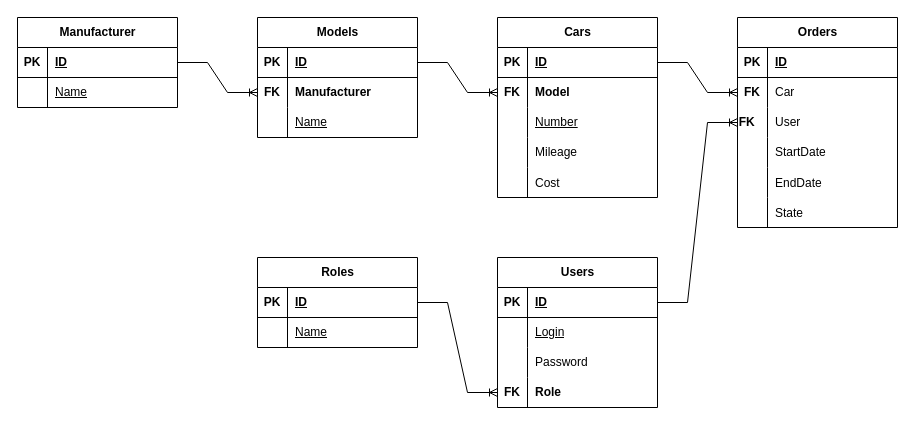
Before: attachments/ER Diagram.drawio in G82ft/edu-pract-24, a draw.io diagram. Source tidied: cells renumbered, new cells numbered last; positions are measured from the earlier drawing's top-left corner, leaving out a move shared by most shapes. Both pictures are drawn from the tidied source at 100%, with x=0, y=0 at pixel (17, 17).
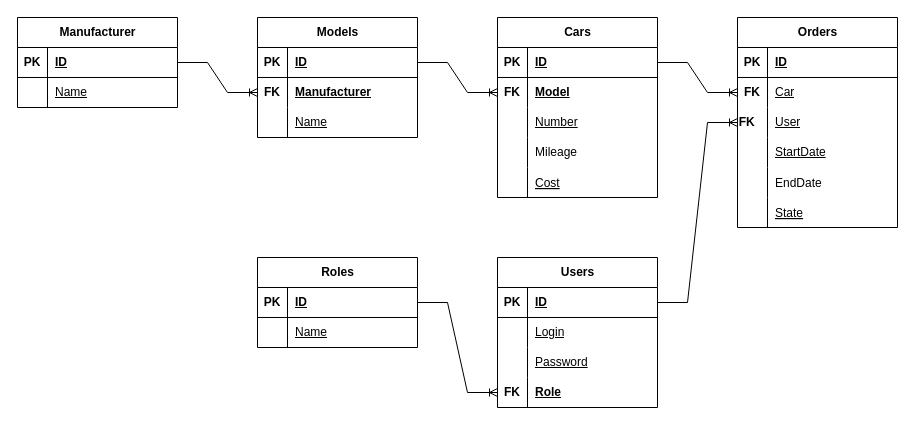
The same page after the edit.

Unchanged cells that the change refers to:
```xml
<mxCell id="6" style="shape=tableRow;horizontal=0;startSize=0;swimlaneHead=0;swimlaneBody=0;fillColor=none;points=[[0,0.5],[1,0.5]];portConstraint=eastwest;top=0;left=0;right=0;bottom=0;" parent="2" vertex="1">
  <mxGeometry y="60" width="160" height="30" as="geometry" />
</mxCell>
<mxCell id="12" style="shape=tableRow;horizontal=0;startSize=0;swimlaneHead=0;swimlaneBody=0;fillColor=none;top=0;left=0;right=0;bottom=0;" parent="2" vertex="1">
  <mxGeometry y="120" width="160" height="30" as="geometry" />
</mxCell>
<mxCell id="15" style="shape=tableRow;horizontal=0;startSize=0;swimlaneHead=0;swimlaneBody=0;fillColor=none;top=0;left=0;right=0;bottom=0;" parent="2" vertex="1">
  <mxGeometry y="150" width="160" height="30" as="geometry" />
</mxCell>
<mxCell id="22" style="shape=tableRow;horizontal=0;startSize=0;swimlaneHead=0;swimlaneBody=0;fillColor=none;points=[[0,0.5],[1,0.5]];portConstraint=eastwest;top=0;left=0;right=0;bottom=0;" parent="18" vertex="1">
  <mxGeometry y="60" width="160" height="30" as="geometry" />
</mxCell>
<mxCell id="42" style="shape=tableRow;horizontal=0;startSize=0;swimlaneHead=0;swimlaneBody=0;fillColor=none;top=0;left=0;right=0;bottom=0;" parent="35" vertex="1">
  <mxGeometry y="90" width="160" height="30" as="geometry" />
</mxCell>
<mxCell id="45" style="shape=tableRow;horizontal=0;startSize=0;swimlaneHead=0;swimlaneBody=0;fillColor=none;points=[[0,0.5],[1,0.5]];portConstraint=eastwest;top=0;left=0;right=0;bottom=0;" parent="35" vertex="1">
  <mxGeometry y="120" width="160" height="30" as="geometry" />
</mxCell>
<mxCell id="59" style="shape=tableRow;horizontal=0;startSize=0;swimlaneHead=0;swimlaneBody=0;fillColor=none;points=[[0,0.5],[1,0.5]];portConstraint=eastwest;top=0;left=0;right=0;bottom=0;" parent="55" vertex="1">
  <mxGeometry y="60" width="160" height="30" as="geometry" />
</mxCell>
<mxCell id="62" style="shape=tableRow;horizontal=0;startSize=0;swimlaneHead=0;swimlaneBody=0;fillColor=none;points=[[0,0.5],[1,0.5]];portConstraint=eastwest;top=0;left=0;right=0;bottom=0;" parent="55" vertex="1">
  <mxGeometry y="90" width="160" height="30" as="geometry" />
</mxCell>
<mxCell id="65" style="shape=tableRow;horizontal=0;startSize=0;swimlaneHead=0;swimlaneBody=0;fillColor=none;top=0;left=0;right=0;bottom=0;" parent="55" vertex="1">
  <mxGeometry y="120" width="160" height="30" as="geometry" />
</mxCell>
<mxCell id="71" style="shape=tableRow;horizontal=0;startSize=0;swimlaneHead=0;swimlaneBody=0;fillColor=none;top=0;left=0;right=0;bottom=0;" parent="55" vertex="1">
  <mxGeometry y="180" width="160" height="30" as="geometry" />
</mxCell>
```

The edit, as a diff of the source:
```diff
@@
-    <mxCell id="8" value="Model" style="shape=partialRectangle;fillColor=none;top=0;left=0;bottom=0;right=0;align=left;spacingLeft=6;overflow=hidden;whiteSpace=wrap;html=1;fontStyle=1;" parent="6" vertex="1">
+    <mxCell id="8" value="Model" style="shape=partialRectangle;fillColor=none;top=0;left=0;bottom=0;right=0;align=left;spacingLeft=6;overflow=hidden;whiteSpace=wrap;html=1;fontStyle=5;" parent="6" vertex="1">
       <mxGeometry x="30" width="130" height="30" as="geometry" />
     </mxCell>
@@
-    <mxCell id="14" value="Mileage" style="shape=partialRectangle;fillColor=none;top=0;left=0;bottom=0;right=0;align=left;spacingLeft=6;overflow=hidden;whiteSpace=wrap;html=1;" parent="12" vertex="1">
+    <mxCell id="14" value="Mileage" style="shape=partialRectangle;fillColor=none;top=0;left=0;bottom=0;right=0;align=left;spacingLeft=6;overflow=hidden;whiteSpace=wrap;html=1;fontStyle=0;" parent="12" vertex="1">
       <mxGeometry x="30" width="130" height="30" as="geometry" />
     </mxCell>
@@
-    <mxCell id="17" value="Cost" style="shape=partialRectangle;fillColor=none;top=0;left=0;bottom=0;right=0;align=left;spacingLeft=6;overflow=hidden;" parent="15" vertex="1">
+    <mxCell id="17" value="Cost" style="shape=partialRectangle;fillColor=none;top=0;left=0;bottom=0;right=0;align=left;spacingLeft=6;overflow=hidden;fontStyle=4;" parent="15" vertex="1">
       <mxGeometry x="30" width="130" height="30" as="geometry" />
     </mxCell>
@@
-    <mxCell id="24" value="Manufacturer" style="shape=partialRectangle;fillColor=none;top=0;left=0;bottom=0;right=0;align=left;spacingLeft=6;overflow=hidden;whiteSpace=wrap;html=1;fontStyle=1;" parent="22" vertex="1">
+    <mxCell id="24" value="&lt;u&gt;Manufacturer&lt;/u&gt;" style="shape=partialRectangle;fillColor=none;top=0;left=0;bottom=0;right=0;align=left;spacingLeft=6;overflow=hidden;whiteSpace=wrap;html=1;fontStyle=1;" parent="22" vertex="1">
       <mxGeometry x="30" width="130" height="30" as="geometry" />
     </mxCell>
@@
-    <mxCell id="44" value="&lt;div&gt;&lt;span style=&quot;background-color: initial;&quot;&gt;Password&lt;/span&gt;&lt;br&gt;&lt;/div&gt;" style="shape=partialRectangle;fillColor=none;top=0;left=0;bottom=0;right=0;align=left;spacingLeft=6;overflow=hidden;whiteSpace=wrap;html=1;" parent="42" vertex="1">
+    <mxCell id="44" value="&lt;div&gt;&lt;span style=&quot;background-color: initial;&quot;&gt;Password&lt;/span&gt;&lt;br&gt;&lt;/div&gt;" style="shape=partialRectangle;fillColor=none;top=0;left=0;bottom=0;right=0;align=left;spacingLeft=6;overflow=hidden;whiteSpace=wrap;html=1;fontStyle=4;" parent="42" vertex="1">
       <mxGeometry x="30" width="130" height="30" as="geometry" />
     </mxCell>
@@
-    <mxCell id="47" value="Role" style="shape=partialRectangle;fillColor=none;top=0;left=0;bottom=0;right=0;align=left;spacingLeft=6;overflow=hidden;whiteSpace=wrap;html=1;fontStyle=1;" parent="45" vertex="1">
+    <mxCell id="47" value="Role" style="shape=partialRectangle;fillColor=none;top=0;left=0;bottom=0;right=0;align=left;spacingLeft=6;overflow=hidden;whiteSpace=wrap;html=1;fontStyle=5;" parent="45" vertex="1">
       <mxGeometry x="30" width="130" height="30" as="geometry" />
     </mxCell>
@@
-    <mxCell id="61" value="Car" style="shape=partialRectangle;fillColor=none;top=0;left=0;bottom=0;right=0;align=left;spacingLeft=6;overflow=hidden;whiteSpace=wrap;html=1;" parent="59" vertex="1">
+    <mxCell id="61" value="Car" style="shape=partialRectangle;fillColor=none;top=0;left=0;bottom=0;right=0;align=left;spacingLeft=6;overflow=hidden;whiteSpace=wrap;html=1;fontStyle=4;" parent="59" vertex="1">
       <mxGeometry x="30" width="130" height="30" as="geometry" />
     </mxCell>
@@
-    <mxCell id="64" value="User" style="shape=partialRectangle;fillColor=none;top=0;left=0;bottom=0;right=0;align=left;spacingLeft=6;overflow=hidden;whiteSpace=wrap;html=1;" parent="62" vertex="1">
+    <mxCell id="64" value="User" style="shape=partialRectangle;fillColor=none;top=0;left=0;bottom=0;right=0;align=left;spacingLeft=6;overflow=hidden;whiteSpace=wrap;html=1;fontStyle=4;" parent="62" vertex="1">
       <mxGeometry x="30" width="130" height="30" as="geometry" />
     </mxCell>
@@
-    <mxCell id="67" value="StartDate" style="shape=partialRectangle;fillColor=none;top=0;left=0;bottom=0;right=0;align=left;spacingLeft=6;overflow=hidden;whiteSpace=wrap;html=1;" parent="65" vertex="1">
+    <mxCell id="67" value="StartDate" style="shape=partialRectangle;fillColor=none;top=0;left=0;bottom=0;right=0;align=left;spacingLeft=6;overflow=hidden;whiteSpace=wrap;html=1;fontStyle=4;" parent="65" vertex="1">
       <mxGeometry x="30" width="130" height="30" as="geometry" />
     </mxCell>
@@
-    <mxCell id="73" value="State" style="shape=partialRectangle;fillColor=none;top=0;left=0;bottom=0;right=0;align=left;spacingLeft=6;overflow=hidden;" parent="71" vertex="1">
+    <mxCell id="73" value="State" style="shape=partialRectangle;fillColor=none;top=0;left=0;bottom=0;right=0;align=left;spacingLeft=6;overflow=hidden;fontStyle=4;" parent="71" vertex="1">
       <mxGeometry x="30" width="130" height="30" as="geometry" />
     </mxCell>
```
